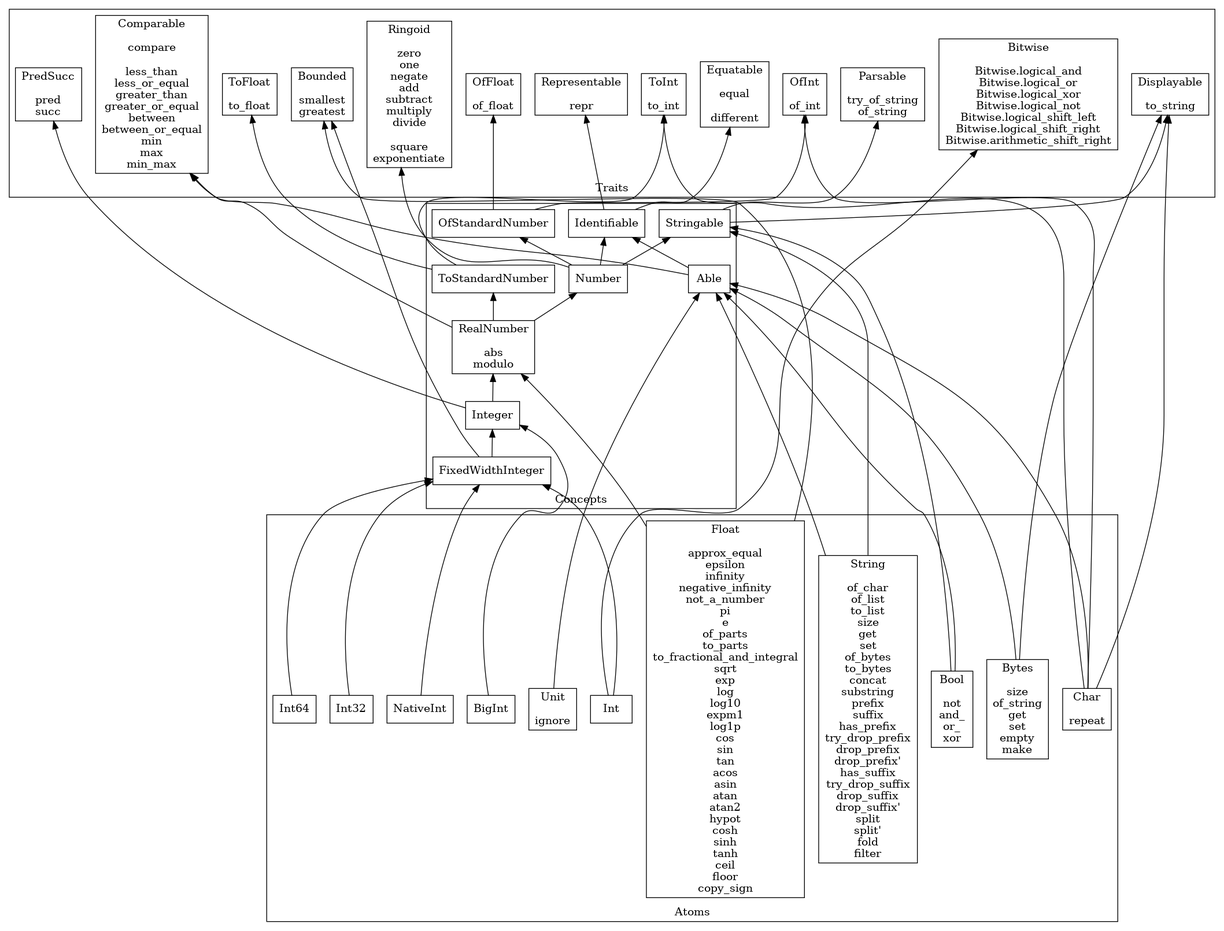
Before: docs/Facets.png, a diagram exported from Graphviz (jacquev6/General). Its source is kept beside it as src/Generated/Facets.dot.
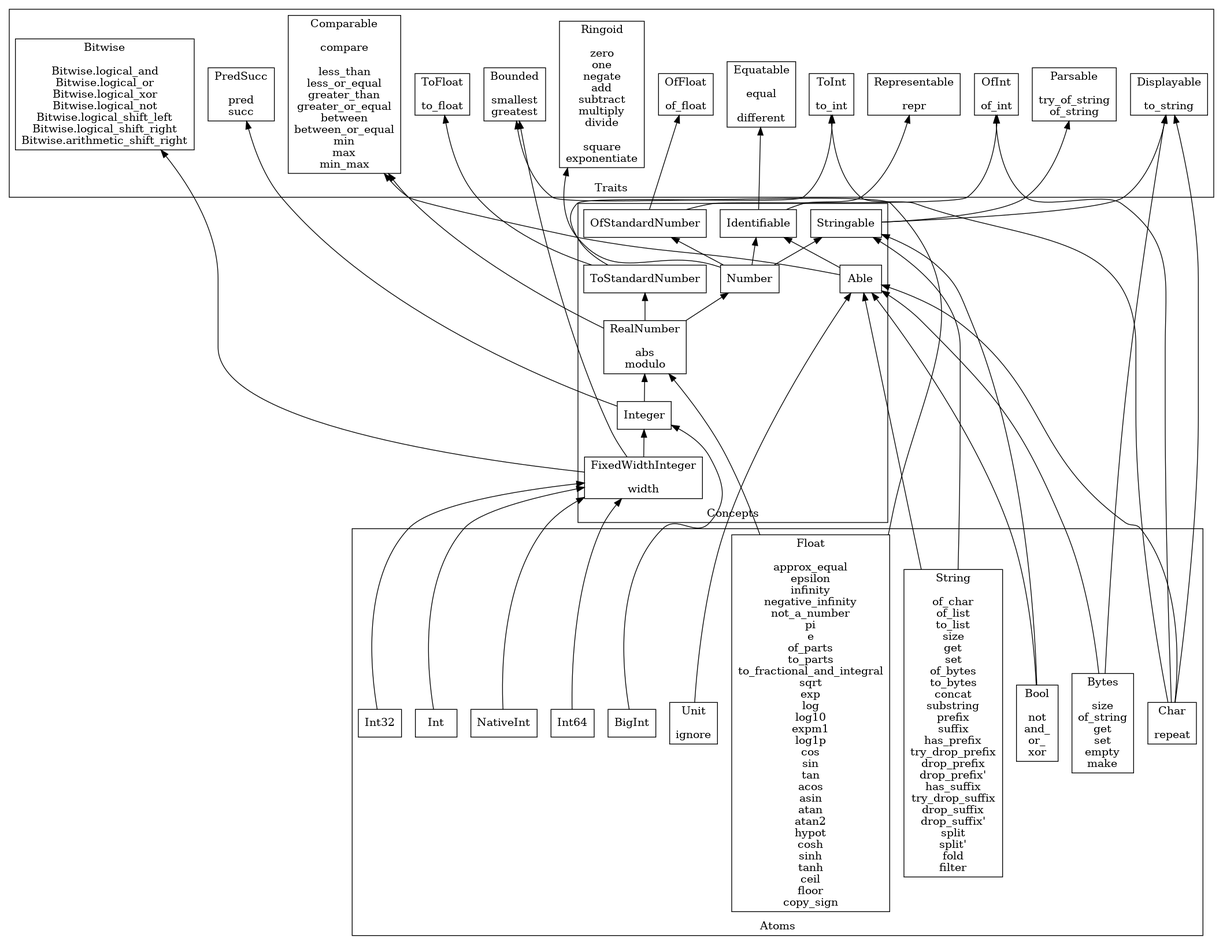
Above is the later version.

Change to the diagram source:
```diff
@@ -27,7 +27,7 @@
     tostandardnumber [label="ToStandardNumber"];
     realnumber [label="RealNumber\n\nabs\nmodulo"];
     integer [label="Integer"];
-    fixedwidthinteger [label="FixedWidthInteger"];
+    fixedwidthinteger [label="FixedWidthInteger\n\nwidth"];
   }
   subgraph cluster_Atoms {
     label="Atoms";
@@ -64,6 +64,7 @@
   integer -> predsucc
   fixedwidthinteger -> integer
   fixedwidthinteger -> bounded
+  fixedwidthinteger -> bitwise
   unit -> able
   bool -> able
   bool -> stringable
@@ -72,7 +73,6 @@
   char -> ofint
   char -> toint
   int -> fixedwidthinteger
-  int -> bitwise
   int32 -> fixedwidthinteger
   int64 -> fixedwidthinteger
   nativeint -> fixedwidthinteger
```
